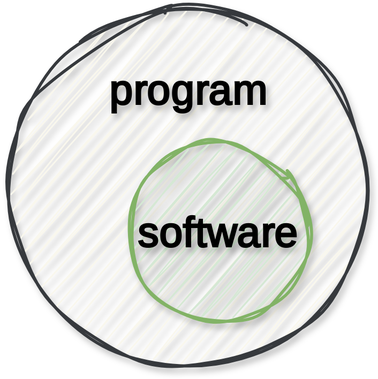
The draw.io diagram lectures/figures/program_software.drawio.svg in pintergreg/software-engineering, before a commit. Source tidied: cells renumbered, new cells last; positions are measured from the earlier drawing's top-left corner, leaving out a move shared by most shapes.
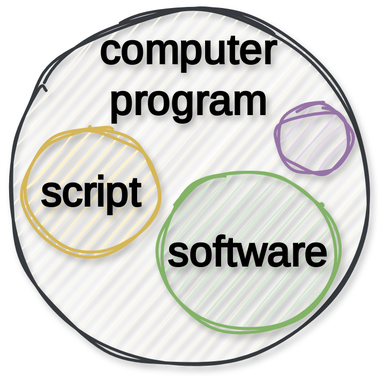
The same diagram one commit later.

Commit message:
Add scripts to the program vs. software figure

Diff of the diagram source:
```diff
@@ -6,10 +6,16 @@
       <mxGeometry width="240" height="240" as="geometry" />
     </mxCell>
     <mxCell id="3" value="software" style="ellipse;whiteSpace=wrap;html=1;fontSize=28;fontStyle=1;fillColor=#d5e8d4;strokeColor=#82b366;sketch=1;curveFitting=1;jiggle=2;strokeWidth=2;shadow=1;fontFamily=Delicious Handrawn;fontSource=https%3A%2F%2Ffonts.googleapis.com%2Fcss%3Ffamily%3DDelicious%2BHandrawn;textShadow=1;" parent="1" vertex="1">
-      <mxGeometry x="80" y="90" width="120" height="120" as="geometry" />
+      <mxGeometry x="100" y="110" width="120" height="105" as="geometry" />
     </mxCell>
-    <mxCell id="4" value="&lt;font style=&quot;font-size: 28px;&quot;&gt;&lt;b style=&quot;font-size: 28px;&quot;&gt;program&lt;/b&gt;&lt;/font&gt;" style="text;html=1;align=center;verticalAlign=middle;whiteSpace=wrap;rounded=0;fontFamily=Delicious Handrawn;fontSource=https%3A%2F%2Ffonts.googleapis.com%2Fcss%3Ffamily%3DDelicious%2BHandrawn;textShadow=1;spacingBottom=0;fontSize=28;labelBorderColor=none;" parent="1" vertex="1">
-      <mxGeometry x="90" y="40" width="60" height="30" as="geometry" />
-    </mxCell>
+    <mxCell id="5" value="&lt;div&gt;&lt;font style=&quot;font-size: 28px;&quot;&gt;&lt;b style=&quot;font-size: 28px;&quot;&gt;computer&lt;/b&gt;&lt;/font&gt;&lt;/div&gt;&lt;div&gt;&lt;font style=&quot;font-size: 28px;&quot;&gt;&lt;b style=&quot;font-size: 28px;&quot;&gt;program&lt;/b&gt;&lt;/font&gt;&lt;/div&gt;" style="text;html=1;align=center;verticalAlign=middle;whiteSpace=wrap;rounded=0;fontFamily=Delicious Handrawn;fontSource=https%3A%2F%2Ffonts.googleapis.com%2Fcss%3Ffamily%3DDelicious%2BHandrawn;textShadow=1;spacingBottom=0;fontSize=28;labelBorderColor=none;" parent="1" vertex="1">
+      <mxGeometry x="25" y="30" width="190" height="30" as="geometry" />
+    </mxCell>
+    <mxCell id="6" value="script" style="ellipse;whiteSpace=wrap;html=1;fontSize=28;fontStyle=1;fillColor=#fff2cc;strokeColor=#d6b656;sketch=1;curveFitting=1;jiggle=2;strokeWidth=2;shadow=1;fontFamily=Delicious Handrawn;fontSource=https%3A%2F%2Ffonts.googleapis.com%2Fcss%3Ffamily%3DDelicious%2BHandrawn;textShadow=1;" parent="1" vertex="1">
+      <mxGeometry x="10" y="80" width="90" height="85" as="geometry" />
+    </mxCell>
+    <mxCell id="7" style="ellipse;whiteSpace=wrap;html=1;fontSize=28;fontStyle=1;fillColor=#e1d5e7;strokeColor=#9673a6;sketch=1;curveFitting=1;jiggle=2;strokeWidth=2;shadow=1;fontFamily=Delicious Handrawn;fontSource=https%3A%2F%2Ffonts.googleapis.com%2Fcss%3Ffamily%3DDelicious%2BHandrawn;textShadow=1;" parent="1" vertex="1">
+      <mxGeometry x="180" y="65" width="50" height="45" as="geometry" />
+    </mxCell>
   </root>
 </mxGraphModel>
```
